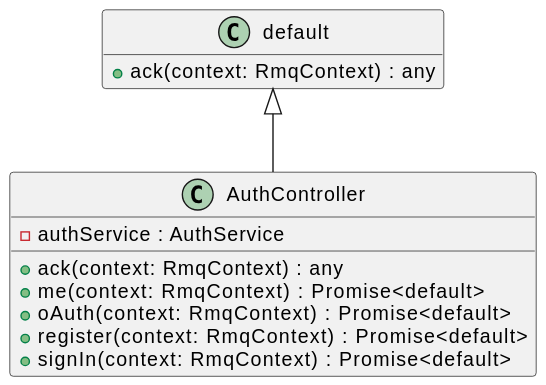
The PlantUML diagram assets/AuthController-umlClassDiagram-17.svg in Nathandelenclos/Area, before a commit.
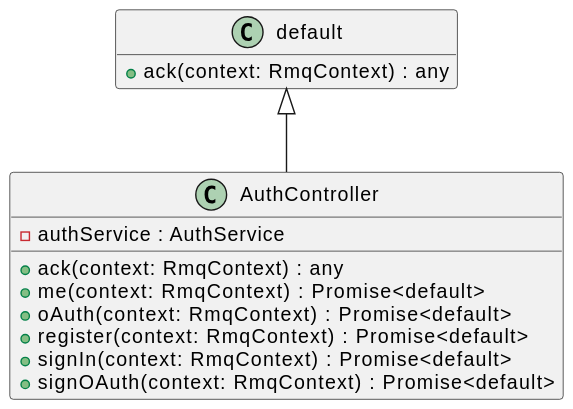
After the change.

Diff of the diagram source:
```diff
@@ -9,6 +9,7 @@
     +oAuth(context: RmqContext) : Promise<default>
     +register(context: RmqContext) : Promise<default>
     +signIn(context: RmqContext) : Promise<default>
+    +signOAuth(context: RmqContext) : Promise<default>
 }
 class "default" {
     +ack(context: RmqContext) : any
```
